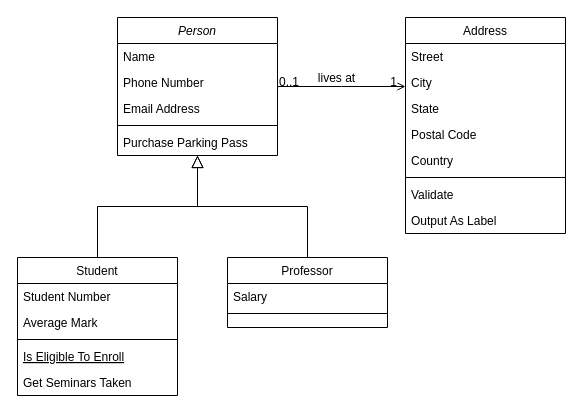
Anagaret/animalerie_api keeps this draw.io diagram as Untitled Diagram.drawio. Above is the earlier version. Source tidied: cells renumbered, new cells numbered last; positions are measured from the earlier drawing's top-left corner, leaving out a move shared by most shapes. Both pictures are drawn from the tidied source at 100%, with x=0, y=0 at pixel (17, 17).
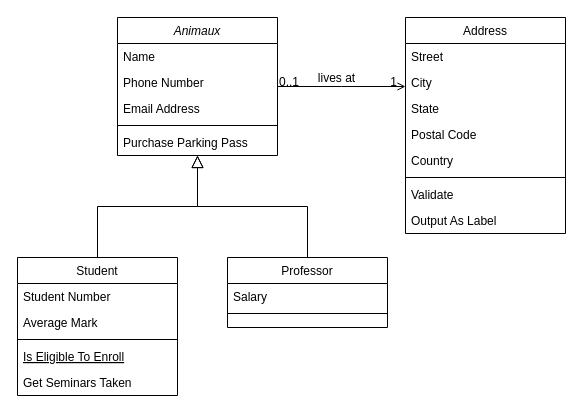
After the change.

Commit message:
BDD - Class Diagram

Diff of the diagram source:
```diff
@@
-    <mxCell id="2" value="Person" style="swimlane;fontStyle=2;align=center;verticalAlign=top;horizontal=1;startSize=26;rounded=0;shadow=0;strokeWidth=1;" parent="1" vertex="1">
+    <mxCell id="2" value="Animaux" style="swimlane;fontStyle=2;align=center;verticalAlign=top;horizontal=1;startSize=26;rounded=0;shadow=0;strokeWidth=1;" parent="1" vertex="1">
       <mxGeometry x="100" width="160" height="138" as="geometry" />
     </mxCell>
```
